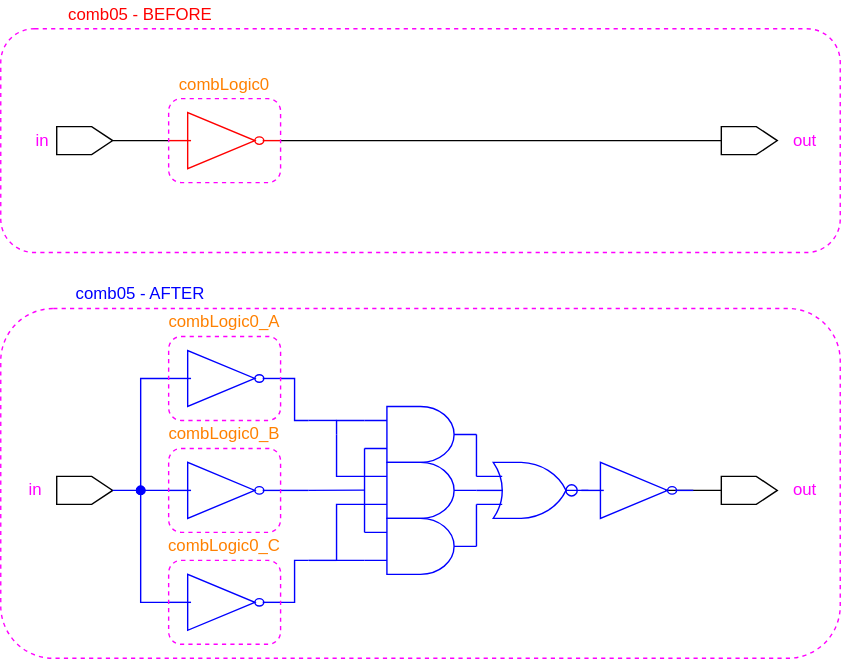
Earlier version of the draw.io export figures/light-mode/user_guide_examples/comb_logic/comb05_logic_triplication.drawio.svg (AlbertHansen/TripleModularRedundancyTool_developer_guide). Source tidied: cells renumbered, new cells last; positions are measured from the earlier drawing's top-left corner, leaving out a move shared by most shapes.
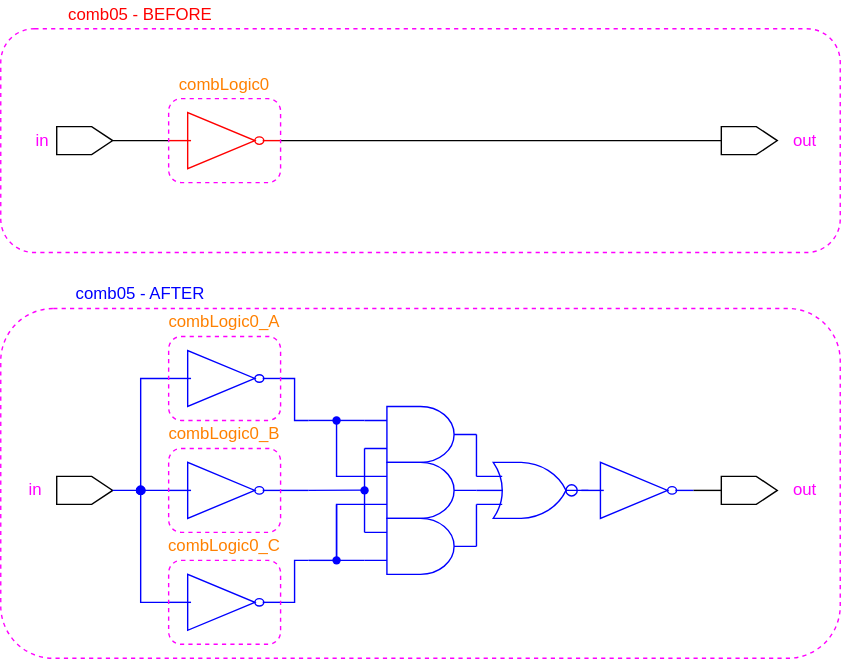
After the commit.

Change to the diagram source:
```diff
@@ -32,10 +32,8 @@
     <mxCell id="11" style="shape=offPageConnector;whiteSpace=wrap;rotation=-90;fontFamily=Helvetica;fillColor=none;strokeColor=#000000;" parent="1" vertex="1">
       <mxGeometry x="525" y="330" width="20" height="40" as="geometry" />
     </mxCell>
-    <mxCell id="12" style="edgeStyle=none;html=1;exitX=1;exitY=0.5;exitDx=0;exitDy=0;exitPerimeter=0;entryX=0.5;entryY=0;entryDx=0;entryDy=0;endArrow=none;endFill=0;strokeColor=#000000;" parent="1" edge="1" target="11">
-      <mxGeometry relative="1" as="geometry">
-        <mxPoint x="475" y="350" as="sourcePoint" />
-      </mxGeometry>
+    <mxCell id="12" style="edgeStyle=none;html=1;exitX=1;exitY=0.5;exitDx=0;exitDy=0;exitPerimeter=0;entryX=0.5;entryY=0;entryDx=0;entryDy=0;endArrow=none;endFill=0;strokeColor=#000000;" parent="1" edge="1" source="62" target="11">
+      <mxGeometry relative="1" as="geometry" />
     </mxCell>
     <mxCell id="13" style="verticalLabelPosition=bottom;shadow=0;dashed=0;align=center;html=1;verticalAlign=top;shape=mxgraph.electrical.logic_gates.inverter_2;fillColor=none;strokeColor=#0000FF;" parent="1" vertex="1">
       <mxGeometry x="120" y="330" width="80" height="40" as="geometry" />
@@ -61,92 +59,6 @@
     <mxCell id="20" value="comb05 - AFTER" style="text;html=1;strokeColor=none;fillColor=none;align=center;verticalAlign=middle;whiteSpace=wrap;rounded=0;dashed=1;fontColor=#0000FF;" parent="1" vertex="1">
       <mxGeometry x="40" y="200" width="120" height="20" as="geometry" />
     </mxCell>
-    <mxCell id="21" style="edgeStyle=orthogonalEdgeStyle;html=1;exitX=0;exitY=0.25;exitDx=0;exitDy=0;exitPerimeter=0;entryX=0;entryY=0.75;entryDx=0;entryDy=0;entryPerimeter=0;endArrow=none;endFill=0;rounded=0;fontColor=#FF00FF;strokeColor=#0000FF;" parent="1" edge="1" source="22" target="28">
-      <mxGeometry relative="1" as="geometry">
-        <Array as="points">
-          <mxPoint x="260" y="350" />
-          <mxPoint x="260" y="350" />
-        </Array>
-      </mxGeometry>
-    </mxCell>
-    <mxCell id="22" style="verticalLabelPosition=bottom;shadow=0;dashed=0;align=center;html=1;verticalAlign=top;shape=mxgraph.electrical.logic_gates.logic_gate;operation=and;fillColor=none;fontColor=#FF00FF;strokeColor=#0000FF;" parent="1" vertex="1">
-      <mxGeometry x="260" y="370" width="80" height="40" as="geometry" />
-    </mxCell>
-    <mxCell id="23" style="edgeStyle=orthogonalEdgeStyle;rounded=0;html=1;exitX=0;exitY=0.75;exitDx=0;exitDy=0;exitPerimeter=0;entryX=0;entryY=0.75;entryDx=0;entryDy=0;entryPerimeter=0;endArrow=none;endFill=0;fontColor=#FF00FF;strokeColor=#0000FF;" parent="1" edge="1" source="26" target="22">
-      <mxGeometry relative="1" as="geometry">
-        <Array as="points">
-          <mxPoint x="240" y="360" />
-          <mxPoint x="240" y="400" />
-        </Array>
-      </mxGeometry>
-    </mxCell>
-    <mxCell id="24" style="edgeStyle=orthogonalEdgeStyle;rounded=0;html=1;entryX=0;entryY=0.25;entryDx=0;entryDy=0;entryPerimeter=0;endArrow=none;endFill=0;fontColor=#FF00FF;strokeColor=#0000FF;startArrow=none;" parent="1" edge="1" target="28">
-      <mxGeometry relative="1" as="geometry">
-        <mxPoint x="240" y="310" as="sourcePoint" />
-        <Array as="points">
-          <mxPoint x="240" y="300" />
-        </Array>
-      </mxGeometry>
-    </mxCell>
-    <mxCell id="25" style="edgeStyle=orthogonalEdgeStyle;rounded=0;html=1;exitX=1;exitY=0.5;exitDx=0;exitDy=0;exitPerimeter=0;entryX=0.235;entryY=0.478;entryDx=0;entryDy=0;entryPerimeter=0;endArrow=none;endFill=0;fontColor=#FF00FF;strokeColor=#0000FF;" parent="1" edge="1" source="26" target="30">
-      <mxGeometry relative="1" as="geometry" />
-    </mxCell>
-    <mxCell id="26" style="verticalLabelPosition=bottom;shadow=0;dashed=0;align=center;html=1;verticalAlign=top;shape=mxgraph.electrical.logic_gates.logic_gate;operation=and;fillColor=none;fontColor=#FF00FF;strokeColor=#0000FF;" parent="1" vertex="1">
-      <mxGeometry x="260" y="330" width="80" height="40" as="geometry" />
-    </mxCell>
-    <mxCell id="27" style="edgeStyle=orthogonalEdgeStyle;rounded=0;html=1;exitX=1;exitY=0.5;exitDx=0;exitDy=0;exitPerimeter=0;entryX=0;entryY=0.25;entryDx=0;entryDy=0;entryPerimeter=0;endArrow=none;endFill=0;fontColor=#FF00FF;strokeColor=#0000FF;" parent="1" edge="1" source="28" target="30">
-      <mxGeometry relative="1" as="geometry">
-        <Array as="points">
-          <mxPoint x="340" y="340" />
-        </Array>
-      </mxGeometry>
-    </mxCell>
-    <mxCell id="28" style="verticalLabelPosition=bottom;shadow=0;dashed=0;align=center;html=1;verticalAlign=top;shape=mxgraph.electrical.logic_gates.logic_gate;operation=and;fillColor=none;fontColor=#FF00FF;strokeColor=#0000FF;" parent="1" vertex="1">
-      <mxGeometry x="260" y="290" width="80" height="40" as="geometry" />
-    </mxCell>
-    <mxCell id="29" style="edgeStyle=orthogonalEdgeStyle;rounded=0;html=1;exitX=0;exitY=0.75;exitDx=0;exitDy=0;exitPerimeter=0;entryX=1;entryY=0.5;entryDx=0;entryDy=0;entryPerimeter=0;endArrow=none;endFill=0;fontColor=#FF00FF;strokeColor=#0000FF;" parent="1" edge="1" source="30" target="22">
-      <mxGeometry relative="1" as="geometry">
-        <Array as="points">
-          <mxPoint x="340" y="380" />
-          <mxPoint x="340" y="380" />
-        </Array>
-      </mxGeometry>
-    </mxCell>
-    <mxCell id="30" style="verticalLabelPosition=bottom;shadow=0;dashed=0;align=center;html=1;verticalAlign=top;shape=mxgraph.electrical.logic_gates.logic_gate;operation=or;fillColor=none;fontColor=#FF00FF;strokeColor=#0000FF;" parent="1" vertex="1">
-      <mxGeometry x="340" y="330" width="80" height="40" as="geometry" />
-    </mxCell>
-    <mxCell id="31" style="verticalLabelPosition=bottom;shadow=0;dashed=0;align=center;html=1;verticalAlign=top;shape=mxgraph.electrical.logic_gates.inverting_contact;fillColor=none;fontColor=#FF00FF;strokeColor=#0000FF;" parent="1" vertex="1">
-      <mxGeometry x="403" y="345" width="10" height="10" as="geometry" />
-    </mxCell>
-    <mxCell id="32" style="verticalLabelPosition=bottom;shadow=0;dashed=0;align=center;html=1;verticalAlign=top;shape=mxgraph.electrical.logic_gates.inverter_2;fillColor=none;fontColor=#FF00FF;strokeColor=#0000FF;" parent="1" vertex="1">
-      <mxGeometry x="415" y="330" width="80" height="40" as="geometry" />
-    </mxCell>
-    <mxCell id="33" style="endArrow=none;html=1;rounded=0;fontColor=#FF00FF;strokeColor=#0000FF;" parent="1" edge="1">
-      <mxGeometry relative="1" as="geometry">
-        <mxPoint x="220" y="300" as="sourcePoint" />
-        <mxPoint x="240" y="300" as="targetPoint" />
-      </mxGeometry>
-    </mxCell>
-    <mxCell id="34" style="endArrow=none;html=1;rounded=0;fontColor=#FF00FF;strokeColor=#0000FF;" parent="1" edge="1">
-      <mxGeometry relative="1" as="geometry">
-        <mxPoint x="220" y="400" as="sourcePoint" />
-        <mxPoint x="240" y="400" as="targetPoint" />
-      </mxGeometry>
-    </mxCell>
-    <mxCell id="35" style="endArrow=none;html=1;rounded=0;fontColor=#FF00FF;strokeColor=#0000FF;" parent="1" edge="1">
-      <mxGeometry relative="1" as="geometry">
-        <mxPoint x="220" y="350" as="sourcePoint" />
-        <mxPoint x="260" y="349.8" as="targetPoint" />
-      </mxGeometry>
-    </mxCell>
-    <mxCell id="36" style="edgeStyle=orthogonalEdgeStyle;rounded=0;html=1;exitX=0;exitY=0.25;exitDx=0;exitDy=0;exitPerimeter=0;endArrow=none;endFill=0;fontColor=#FF00FF;strokeColor=#0000FF;" parent="1" edge="1" source="26">
-      <mxGeometry relative="1" as="geometry">
-        <mxPoint x="240" y="310" as="targetPoint" />
-        <Array as="points">
-          <mxPoint x="240" y="340" />
-        </Array>
-      </mxGeometry>
-    </mxCell>
     <mxCell id="37" style="rounded=1;whiteSpace=wrap;html=1;fillColor=none;dashed=1;strokeColor=#FF00FF;fontColor=#FF00FF;" parent="1" vertex="1">
       <mxGeometry x="120" y="70" width="80" height="60" as="geometry" />
     </mxCell>
@@ -199,5 +111,107 @@
     <mxCell id="50" value="&lt;font color=&quot;#ff8000&quot;&gt;combLogic0_C&lt;/font&gt;" style="text;html=1;strokeColor=none;fillColor=none;align=center;verticalAlign=middle;whiteSpace=wrap;rounded=0;fontColor=#FF00FF;" parent="1" vertex="1">
       <mxGeometry x="135" y="380" width="50" height="20" as="geometry" />
     </mxCell>
+    <mxCell id="51" style="edgeStyle=orthogonalEdgeStyle;html=1;exitDx=0;exitDy=0;exitPerimeter=0;entryX=0;entryY=0.75;entryDx=0;entryDy=0;entryPerimeter=0;endArrow=none;endFill=0;rounded=0;startArrow=none;strokeColor=#0000FF;" parent="1" edge="1" source="69" target="58">
+      <mxGeometry relative="1" as="geometry">
+        <Array as="points">
+          <mxPoint x="260" y="350" />
+        </Array>
+      </mxGeometry>
+    </mxCell>
+    <mxCell id="52" style="verticalLabelPosition=bottom;shadow=0;dashed=0;align=center;html=1;verticalAlign=top;shape=mxgraph.electrical.logic_gates.logic_gate;operation=and;fillColor=none;strokeColor=#0000FF;" parent="1" vertex="1">
+      <mxGeometry x="260" y="370" width="80" height="40" as="geometry" />
+    </mxCell>
+    <mxCell id="53" style="edgeStyle=orthogonalEdgeStyle;rounded=0;html=1;exitDx=0;exitDy=0;exitPerimeter=0;entryX=0;entryY=0.75;entryDx=0;entryDy=0;entryPerimeter=0;endArrow=none;endFill=0;startArrow=none;strokeColor=#0000FF;" parent="1" edge="1" source="71" target="52">
+      <mxGeometry relative="1" as="geometry">
+        <Array as="points">
+          <mxPoint x="240" y="360" />
+          <mxPoint x="240" y="400" />
+        </Array>
+      </mxGeometry>
+    </mxCell>
+    <mxCell id="54" style="edgeStyle=orthogonalEdgeStyle;rounded=0;html=1;exitDx=0;exitDy=0;exitPerimeter=0;entryX=0;entryY=0.25;entryDx=0;entryDy=0;entryPerimeter=0;endArrow=none;endFill=0;startArrow=none;strokeColor=#0000FF;" parent="1" edge="1" source="67" target="58">
+      <mxGeometry relative="1" as="geometry">
+        <Array as="points">
+          <mxPoint x="240" y="300" />
+        </Array>
+      </mxGeometry>
+    </mxCell>
+    <mxCell id="55" style="edgeStyle=orthogonalEdgeStyle;rounded=0;html=1;exitX=1;exitY=0.5;exitDx=0;exitDy=0;exitPerimeter=0;entryX=0.235;entryY=0.478;entryDx=0;entryDy=0;entryPerimeter=0;endArrow=none;endFill=0;strokeColor=#0000FF;" parent="1" edge="1" source="56" target="60">
+      <mxGeometry relative="1" as="geometry" />
+    </mxCell>
+    <mxCell id="56" style="verticalLabelPosition=bottom;shadow=0;dashed=0;align=center;html=1;verticalAlign=top;shape=mxgraph.electrical.logic_gates.logic_gate;operation=and;fillColor=none;strokeColor=#0000FF;" parent="1" vertex="1">
+      <mxGeometry x="260" y="330" width="80" height="40" as="geometry" />
+    </mxCell>
+    <mxCell id="57" style="edgeStyle=orthogonalEdgeStyle;rounded=0;html=1;exitX=1;exitY=0.5;exitDx=0;exitDy=0;exitPerimeter=0;entryX=0;entryY=0.25;entryDx=0;entryDy=0;entryPerimeter=0;endArrow=none;endFill=0;strokeColor=#0000FF;" parent="1" edge="1" source="58" target="60">
+      <mxGeometry relative="1" as="geometry">
+        <Array as="points">
+          <mxPoint x="340" y="340" />
+        </Array>
+      </mxGeometry>
+    </mxCell>
+    <mxCell id="58" style="verticalLabelPosition=bottom;shadow=0;dashed=0;align=center;html=1;verticalAlign=top;shape=mxgraph.electrical.logic_gates.logic_gate;operation=and;fillColor=none;strokeColor=#0000FF;" parent="1" vertex="1">
+      <mxGeometry x="260" y="290" width="80" height="40" as="geometry" />
+    </mxCell>
+    <mxCell id="59" style="edgeStyle=orthogonalEdgeStyle;rounded=0;html=1;exitX=0;exitY=0.75;exitDx=0;exitDy=0;exitPerimeter=0;entryX=1;entryY=0.5;entryDx=0;entryDy=0;entryPerimeter=0;endArrow=none;endFill=0;strokeColor=#0000FF;" parent="1" edge="1" source="60" target="52">
+      <mxGeometry relative="1" as="geometry">
+        <Array as="points">
+          <mxPoint x="340" y="380" />
+          <mxPoint x="340" y="380" />
+        </Array>
+      </mxGeometry>
+    </mxCell>
+    <mxCell id="60" style="verticalLabelPosition=bottom;shadow=0;dashed=0;align=center;html=1;verticalAlign=top;shape=mxgraph.electrical.logic_gates.logic_gate;operation=or;fillColor=none;strokeColor=#0000FF;" parent="1" vertex="1">
+      <mxGeometry x="340" y="330" width="80" height="40" as="geometry" />
+    </mxCell>
+    <mxCell id="61" style="verticalLabelPosition=bottom;shadow=0;dashed=0;align=center;html=1;verticalAlign=top;shape=mxgraph.electrical.logic_gates.inverting_contact;fillColor=none;strokeColor=#0000FF;" parent="1" vertex="1">
+      <mxGeometry x="403" y="345" width="10" height="10" as="geometry" />
+    </mxCell>
+    <mxCell id="62" style="verticalLabelPosition=bottom;shadow=0;dashed=0;align=center;html=1;verticalAlign=top;shape=mxgraph.electrical.logic_gates.inverter_2;fillColor=none;strokeColor=#0000FF;" parent="1" vertex="1">
+      <mxGeometry x="415" y="330" width="80" height="40" as="geometry" />
+    </mxCell>
+    <mxCell id="63" style="endArrow=none;html=1;rounded=0;strokeColor=#0000FF;" parent="1" edge="1">
+      <mxGeometry relative="1" as="geometry">
+        <mxPoint x="220" y="300" as="sourcePoint" />
+        <mxPoint x="240" y="300" as="targetPoint" />
+      </mxGeometry>
+    </mxCell>
+    <mxCell id="64" style="endArrow=none;html=1;rounded=0;strokeColor=#0000FF;" parent="1" edge="1">
+      <mxGeometry relative="1" as="geometry">
+        <mxPoint x="220" y="400" as="sourcePoint" />
+        <mxPoint x="240" y="400" as="targetPoint" />
+      </mxGeometry>
+    </mxCell>
+    <mxCell id="65" style="endArrow=none;html=1;rounded=0;strokeColor=#0000FF;" parent="1" edge="1">
+      <mxGeometry relative="1" as="geometry">
+        <mxPoint x="220" y="350" as="sourcePoint" />
+        <mxPoint x="260" y="349.8" as="targetPoint" />
+      </mxGeometry>
+    </mxCell>
+    <mxCell id="66" style="edgeStyle=orthogonalEdgeStyle;rounded=0;html=1;exitX=0;exitY=0.25;exitDx=0;exitDy=0;exitPerimeter=0;entryDx=0;entryDy=0;entryPerimeter=0;endArrow=none;endFill=0;strokeColor=#0000FF;" parent="1" edge="1" source="56" target="67">
+      <mxGeometry relative="1" as="geometry">
+        <Array as="points">
+          <mxPoint x="240" y="340" />
+        </Array>
+      </mxGeometry>
+    </mxCell>
+    <mxCell id="67" style="shape=waypoint;sketch=0;fillStyle=solid;size=6;points=[];fillColor=none;perimeter=centerPerimeter;snapToPoint=1;strokeColor=#0000FF;" parent="1" vertex="1">
+      <mxGeometry x="230" y="290" width="20" height="20" as="geometry" />
+    </mxCell>
+    <mxCell id="68" style="edgeStyle=orthogonalEdgeStyle;html=1;exitX=0;exitY=0.25;exitDx=0;exitDy=0;exitPerimeter=0;entryDx=0;entryDy=0;entryPerimeter=0;endArrow=none;endFill=0;rounded=0;strokeColor=#0000FF;" parent="1" edge="1" source="52" target="69">
+      <mxGeometry relative="1" as="geometry">
+        <Array as="points">
+          <mxPoint x="260" y="350" />
+        </Array>
+      </mxGeometry>
+    </mxCell>
+    <mxCell id="69" style="shape=waypoint;sketch=0;fillStyle=solid;size=6;points=[];fillColor=none;perimeter=centerPerimeter;snapToPoint=1;strokeColor=#0000FF;" parent="1" vertex="1">
+      <mxGeometry x="250" y="340" width="20" height="20" as="geometry" />
+    </mxCell>
+    <mxCell id="70" style="edgeStyle=orthogonalEdgeStyle;rounded=0;html=1;exitX=0;exitY=0.75;exitDx=0;exitDy=0;exitPerimeter=0;entryDx=0;entryDy=0;entryPerimeter=0;endArrow=none;endFill=0;strokeColor=#0000FF;" parent="1" edge="1" source="56" target="71">
+      <mxGeometry relative="1" as="geometry" />
+    </mxCell>
+    <mxCell id="71" style="shape=waypoint;sketch=0;fillStyle=solid;size=6;points=[];fillColor=none;perimeter=centerPerimeter;snapToPoint=1;strokeColor=#0000FF;" parent="1" vertex="1">
+      <mxGeometry x="230" y="390" width="20" height="20" as="geometry" />
+    </mxCell>
   </root>
 </mxGraphModel>
```
